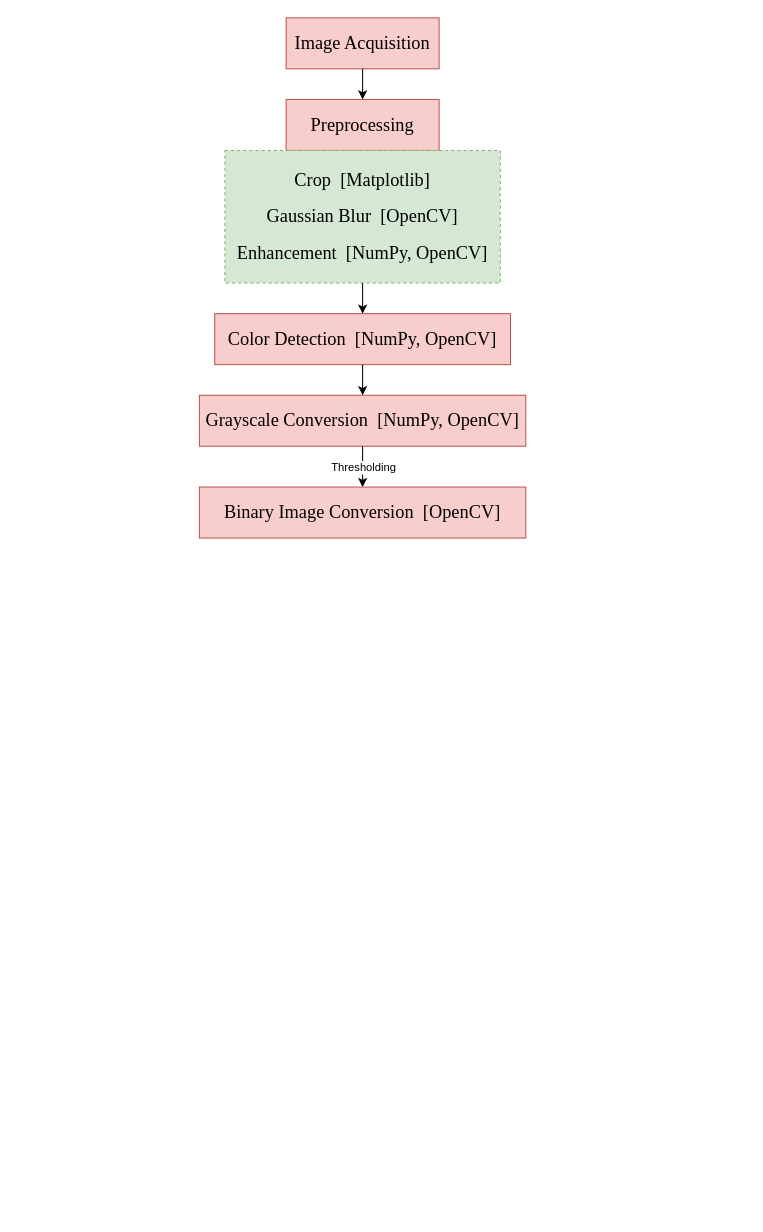
Earlier version of the draw.io diagram Untitled Diagram.drawio (sashuvo99/git-test-01). Source tidied: cells renumbered, new cells numbered last; positions are measured from the earlier drawing's top-left corner, leaving out a move shared by most shapes. Both pictures are drawn from the tidied source at 102%, with x=0, y=0 at pixel (199, 17).
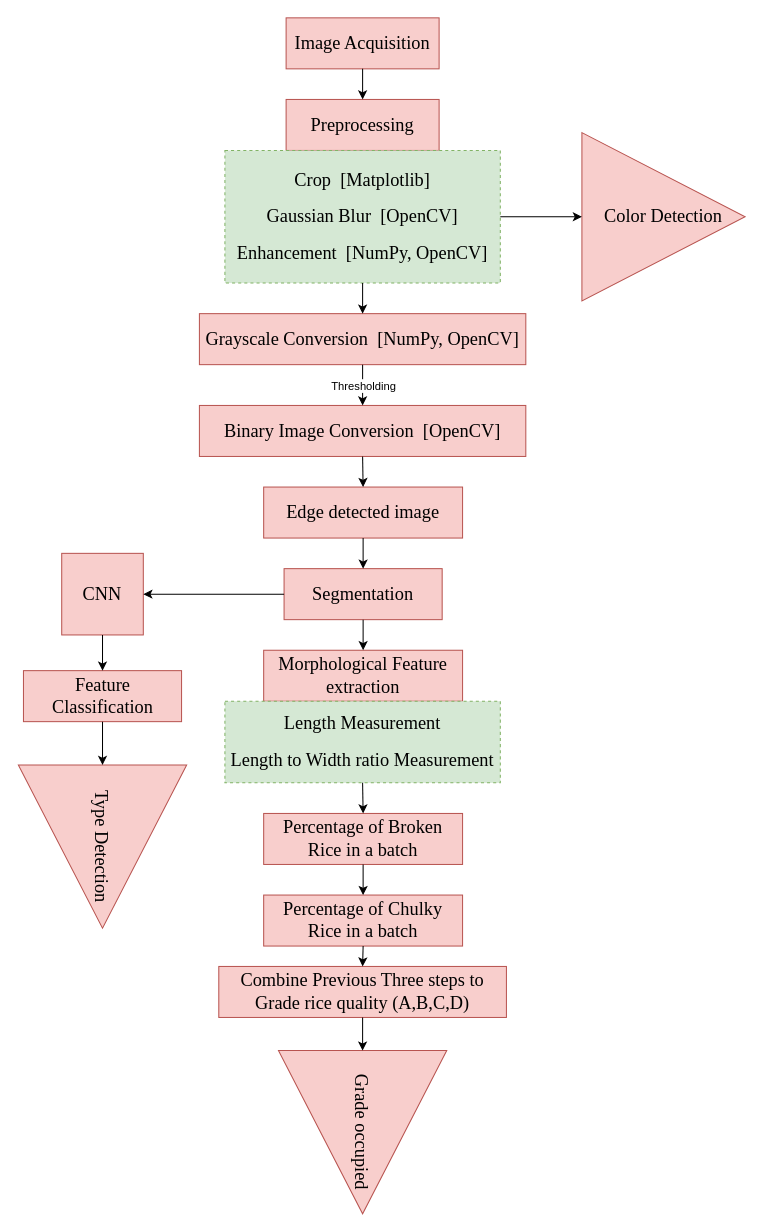
The same diagram, later.

The change refers to these unchanged cells:
```xml
<mxCell id="4" value="&lt;font face=&quot;Times New Roman&quot; style=&quot;&quot;&gt;&lt;span style=&quot;font-size: 18px;&quot;&gt;Crop&amp;nbsp; [Matplotlib]&lt;/span&gt;&lt;br&gt;&lt;br&gt;&lt;span style=&quot;font-size: 18px;&quot;&gt;Gaussian Blur&amp;nbsp; [OpenCV]&lt;/span&gt;&lt;br&gt;&lt;br&gt;&lt;span style=&quot;font-size: 18px;&quot;&gt;Enhancement&amp;nbsp; [NumPy, OpenCV]&lt;/span&gt;&lt;br&gt;&lt;/font&gt;" style="rounded=0;whiteSpace=wrap;html=1;fillColor=#d5e8d4;strokeColor=#82b366;dashed=1;" parent="1" vertex="1">
  <mxGeometry x="25" y="130" width="270" height="130" as="geometry" />
</mxCell>
```

What changed in the source:
```diff
@@
-    <mxCell id="6" value="&lt;font face=&quot;Times New Roman&quot; style=&quot;font-size: 18px;&quot;&gt;Color Detection&amp;nbsp; [NumPy, OpenCV]&lt;/font&gt;" style="rounded=0;whiteSpace=wrap;html=1;fillColor=#f8cecc;strokeColor=#b85450;" parent="1" vertex="1">
-      <mxGeometry x="15" y="290" width="290" height="50" as="geometry" />
-    </mxCell>
-    <mxCell id="7" style="endArrow=classic;html=1;rounded=0;exitX=0.5;exitY=1;exitDx=0;exitDy=0;entryX=0.5;entryY=0;entryDx=0;entryDy=0;" parent="1" edge="1" source="4" target="6">
-      <mxGeometry relative="1" as="geometry" />
-    </mxCell>
     <mxCell id="8" value="&lt;font face=&quot;Times New Roman&quot; style=&quot;&quot;&gt;&lt;span style=&quot;font-size: 18px;&quot;&gt;Grayscale&amp;nbsp;Conversion&amp;nbsp; [NumPy, OpenCV]&lt;/span&gt;&lt;/font&gt;" style="rounded=0;whiteSpace=wrap;html=1;fillColor=#f8cecc;strokeColor=#b85450;" parent="1" vertex="1">
-      <mxGeometry y="370" width="320" height="50" as="geometry" />
+      <mxGeometry y="290" width="320" height="50" as="geometry" />
     </mxCell>
-    <mxCell id="9" style="endArrow=classic;html=1;rounded=0;exitX=0.5;exitY=1;exitDx=0;exitDy=0;entryX=0.5;entryY=0;entryDx=0;entryDy=0;" parent="1" edge="1" source="6" target="8">
-      <mxGeometry relative="1" as="geometry" />
-    </mxCell>
     <mxCell id="10" value="&lt;font face=&quot;Times New Roman&quot; style=&quot;&quot;&gt;&lt;span style=&quot;font-size: 18px;&quot;&gt;Binary Image Conversion&amp;nbsp; [OpenCV]&lt;/span&gt;&lt;/font&gt;" style="rounded=0;whiteSpace=wrap;html=1;fillColor=#f8cecc;strokeColor=#b85450;" parent="1" vertex="1">
-      <mxGeometry y="460" width="320" height="50" as="geometry" />
+      <mxGeometry y="380" width="320" height="50" as="geometry" />
     </mxCell>
@@
+    <mxCell id="14" value="&lt;font face=&quot;Times New Roman&quot; style=&quot;&quot;&gt;&lt;span style=&quot;font-size: 18px;&quot;&gt;Segmentation&lt;/span&gt;&lt;/font&gt;" style="rounded=0;whiteSpace=wrap;html=1;fillColor=#f8cecc;strokeColor=#b85450;" parent="1" vertex="1">
+      <mxGeometry x="83" y="540" width="155" height="50" as="geometry" />
+    </mxCell>
+    <mxCell id="15" value="&lt;font face=&quot;Times New Roman&quot; style=&quot;&quot;&gt;&lt;span style=&quot;font-size: 18px;&quot;&gt;Edge detected image&lt;/span&gt;&lt;/font&gt;" style="rounded=0;whiteSpace=wrap;html=1;fillColor=#f8cecc;strokeColor=#b85450;" parent="1" vertex="1">
+      <mxGeometry x="63" y="460" width="195" height="50" as="geometry" />
+    </mxCell>
+    <mxCell id="16" value="&lt;font face=&quot;Times New Roman&quot;&gt;&lt;font style=&quot;font-size: 18px;&quot;&gt;Color Detection&lt;/font&gt;&lt;br&gt;&lt;/font&gt;" style="triangle;whiteSpace=wrap;html=1;fillColor=#f8cecc;strokeColor=#b85450;" parent="1" vertex="1">
+      <mxGeometry x="375" y="112.5" width="160" height="165" as="geometry" />
+    </mxCell>
+    <mxCell id="17" style="endArrow=classic;html=1;rounded=0;exitX=0.5;exitY=1;exitDx=0;exitDy=0;entryX=0.5;entryY=0;entryDx=0;entryDy=0;" parent="1" edge="1" source="4" target="8">
+      <mxGeometry relative="1" as="geometry" />
+    </mxCell>
+    <mxCell id="18" style="endArrow=classic;html=1;rounded=0;exitX=0.5;exitY=1;exitDx=0;exitDy=0;entryX=0.5;entryY=0;entryDx=0;entryDy=0;" parent="1" edge="1" source="10" target="15">
+      <mxGeometry relative="1" as="geometry" />
+    </mxCell>
+    <mxCell id="19" style="endArrow=classic;html=1;rounded=0;exitX=0.5;exitY=1;exitDx=0;exitDy=0;entryX=0.5;entryY=0;entryDx=0;entryDy=0;" parent="1" edge="1" source="15" target="14">
+      <mxGeometry relative="1" as="geometry" />
+    </mxCell>
+    <mxCell id="20" style="endArrow=classic;html=1;rounded=0;exitX=1;exitY=0.5;exitDx=0;exitDy=0;entryX=0;entryY=0.5;entryDx=0;entryDy=0;" parent="1" edge="1" source="4" target="16">
+      <mxGeometry relative="1" as="geometry" />
+    </mxCell>
+    <mxCell id="21" value="&lt;font style=&quot;font-size: 18px;&quot; face=&quot;Times New Roman&quot;&gt;CNN&lt;/font&gt;" style="whiteSpace=wrap;html=1;fillColor=#f8cecc;strokeColor=#b85450;" parent="1" vertex="1">
+      <mxGeometry x="-135" y="525" width="80" height="80" as="geometry" />
+    </mxCell>
+    <mxCell id="22" style="endArrow=classic;html=1;rounded=0;exitX=0;exitY=0.5;exitDx=0;exitDy=0;entryX=1;entryY=0.5;entryDx=0;entryDy=0;" parent="1" edge="1" source="14" target="21">
+      <mxGeometry relative="1" as="geometry" />
+    </mxCell>
+    <mxCell id="23" value="&lt;font face=&quot;Times New Roman&quot; style=&quot;&quot;&gt;&lt;span style=&quot;font-size: 18px;&quot;&gt;Feature Classification&lt;/span&gt;&lt;/font&gt;" style="rounded=0;whiteSpace=wrap;html=1;fillColor=#f8cecc;strokeColor=#b85450;" parent="1" vertex="1">
+      <mxGeometry x="-172.5" y="640" width="155" height="50" as="geometry" />
+    </mxCell>
+    <mxCell id="24" style="endArrow=classic;html=1;rounded=0;exitX=0.5;exitY=1;exitDx=0;exitDy=0;entryX=0.5;entryY=0;entryDx=0;entryDy=0;" parent="1" edge="1" source="21" target="23">
+      <mxGeometry relative="1" as="geometry" />
+    </mxCell>
+    <mxCell id="25" value="&lt;font face=&quot;Times New Roman&quot;&gt;&lt;font style=&quot;font-size: 18px;&quot;&gt;Type Detection&lt;/font&gt;&lt;br&gt;&lt;/font&gt;" style="triangle;whiteSpace=wrap;html=1;fillColor=#f8cecc;strokeColor=#b85450;rotation=90;" parent="1" vertex="1">
+      <mxGeometry x="-175" y="730" width="160" height="165" as="geometry" />
+    </mxCell>
+    <mxCell id="26" style="endArrow=classic;html=1;rounded=0;exitX=0.5;exitY=1;exitDx=0;exitDy=0;" parent="1" edge="1" source="23" target="25">
+      <mxGeometry relative="1" as="geometry" />
+    </mxCell>
+    <mxCell id="27" value="&lt;font face=&quot;Times New Roman&quot; style=&quot;&quot;&gt;&lt;span style=&quot;font-size: 18px;&quot;&gt;Morphological Feature extraction&lt;/span&gt;&lt;/font&gt;" style="rounded=0;whiteSpace=wrap;html=1;fillColor=#f8cecc;strokeColor=#b85450;" parent="1" vertex="1">
+      <mxGeometry x="63" y="620" width="195" height="50" as="geometry" />
+    </mxCell>
+    <mxCell id="28" style="endArrow=classic;html=1;rounded=0;exitX=0.5;exitY=1;exitDx=0;exitDy=0;" parent="1" edge="1" source="14" target="27">
+      <mxGeometry relative="1" as="geometry" />
+    </mxCell>
+    <mxCell id="29" value="&lt;font face=&quot;Times New Roman&quot; style=&quot;&quot;&gt;&lt;span style=&quot;font-size: 18px;&quot;&gt;Length Measurement&lt;br&gt;&lt;/span&gt;&lt;br&gt;&lt;span style=&quot;font-size: 18px;&quot;&gt;Length to Width ratio Measurement&lt;/span&gt;&lt;br&gt;&lt;/font&gt;" style="rounded=0;whiteSpace=wrap;html=1;fillColor=#d5e8d4;strokeColor=#82b366;dashed=1;" parent="1" vertex="1">
+      <mxGeometry x="25" y="670" width="270" height="80" as="geometry" />
+    </mxCell>
+    <mxCell id="30" value="&lt;font face=&quot;Times New Roman&quot;&gt;&lt;span style=&quot;font-size: 18px;&quot;&gt;Percentage of Broken Rice in a batch&lt;/span&gt;&lt;/font&gt;" style="rounded=0;whiteSpace=wrap;html=1;fillColor=#f8cecc;strokeColor=#b85450;" parent="1" vertex="1">
+      <mxGeometry x="63" y="780" width="195" height="50" as="geometry" />
+    </mxCell>
+    <mxCell id="31" value="&lt;font face=&quot;Times New Roman&quot;&gt;&lt;span style=&quot;font-size: 18px;&quot;&gt;Percentage of Chulky Rice in a batch&lt;/span&gt;&lt;/font&gt;" style="rounded=0;whiteSpace=wrap;html=1;fillColor=#f8cecc;strokeColor=#b85450;" parent="1" vertex="1">
+      <mxGeometry x="63" y="860" width="195" height="50" as="geometry" />
+    </mxCell>
+    <mxCell id="32" value="&lt;font face=&quot;Times New Roman&quot;&gt;&lt;span style=&quot;font-size: 18px;&quot;&gt;Combine Previous Three steps to Grade rice quality (A,B,C,D)&lt;/span&gt;&lt;/font&gt;" style="rounded=0;whiteSpace=wrap;html=1;fillColor=#f8cecc;strokeColor=#b85450;" parent="1" vertex="1">
+      <mxGeometry x="19" y="930" width="282" height="50" as="geometry" />
+    </mxCell>
+    <mxCell id="33" value="&lt;font face=&quot;Times New Roman&quot;&gt;&lt;font style=&quot;font-size: 18px;&quot;&gt;Grade occupied&lt;/font&gt;&lt;br&gt;&lt;/font&gt;" style="triangle;whiteSpace=wrap;html=1;fillColor=#f8cecc;strokeColor=#b85450;rotation=90;" parent="1" vertex="1">
+      <mxGeometry x="80" y="1010" width="160" height="165" as="geometry" />
+    </mxCell>
+    <mxCell id="34" style="endArrow=classic;html=1;rounded=0;exitX=0.5;exitY=1;exitDx=0;exitDy=0;entryX=0.5;entryY=0;entryDx=0;entryDy=0;" parent="1" edge="1" source="29" target="30">
+      <mxGeometry relative="1" as="geometry" />
+    </mxCell>
+    <mxCell id="35" style="endArrow=classic;html=1;rounded=0;exitX=0.5;exitY=1;exitDx=0;exitDy=0;entryX=0.5;entryY=0;entryDx=0;entryDy=0;" parent="1" edge="1" source="30" target="31">
+      <mxGeometry relative="1" as="geometry" />
+    </mxCell>
+    <mxCell id="36" style="endArrow=classic;html=1;rounded=0;exitX=0.5;exitY=1;exitDx=0;exitDy=0;entryX=0.5;entryY=0;entryDx=0;entryDy=0;" parent="1" edge="1" source="31" target="32">
+      <mxGeometry relative="1" as="geometry" />
+    </mxCell>
+    <mxCell id="37" style="endArrow=classic;html=1;rounded=0;exitX=0.5;exitY=1;exitDx=0;exitDy=0;entryX=0;entryY=0.5;entryDx=0;entryDy=0;" parent="1" edge="1" source="32" target="33">
+      <mxGeometry relative="1" as="geometry" />
+    </mxCell>
```
